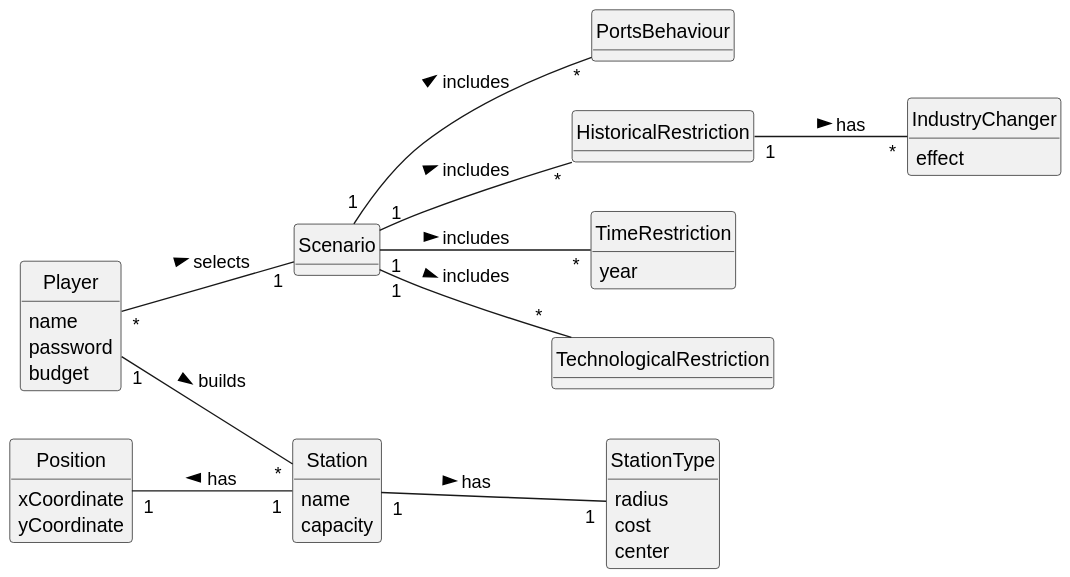
Earlier version of the PlantUML export Sprint2/US005/02.analysis/svg/US005-DM.svg (1240935/pi2-railway-simulator).
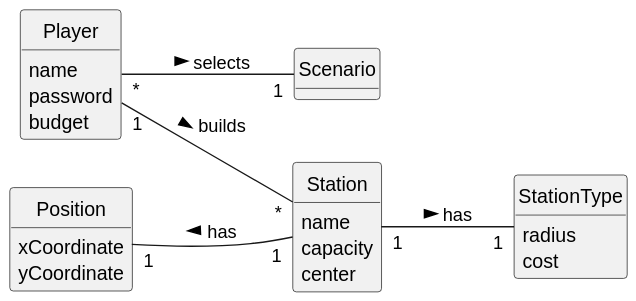
After the change.

The edit, as a diff of the source:
```diff
@@ -17,12 +17,12 @@
 class Station {
     name
     capacity
+    center
 }
 
 class StationType{
     radius
     cost
-    center
 }
 
 class Position{
@@ -33,31 +33,11 @@
 class Scenario {
 }
 
-class HistoricalRestriction{
-}
 
-class TimeRestriction{
-    year
-}
-
-class TechnologicalRestriction{
-}
-
-class PortsBehaviour{
-}
-
-class IndustryChanger{
-    effect
-}
 
 
 Station "1" -- "1" StationType: has >
 Player "1" -- "*" Station: builds >
 Player "*" -- "1" Scenario : selects >
 Position "1" -- "1" Station: has <
-Scenario "1" -- "*" HistoricalRestriction: includes >
-Scenario "1" -- "*" TechnologicalRestriction: includes >
-Scenario "1" -- "*" TimeRestriction: includes >
-Scenario "1" -- "*" PortsBehaviour: includes >
-HistoricalRestriction "1" -- "*" IndustryChanger: has >
 @enduml
```
